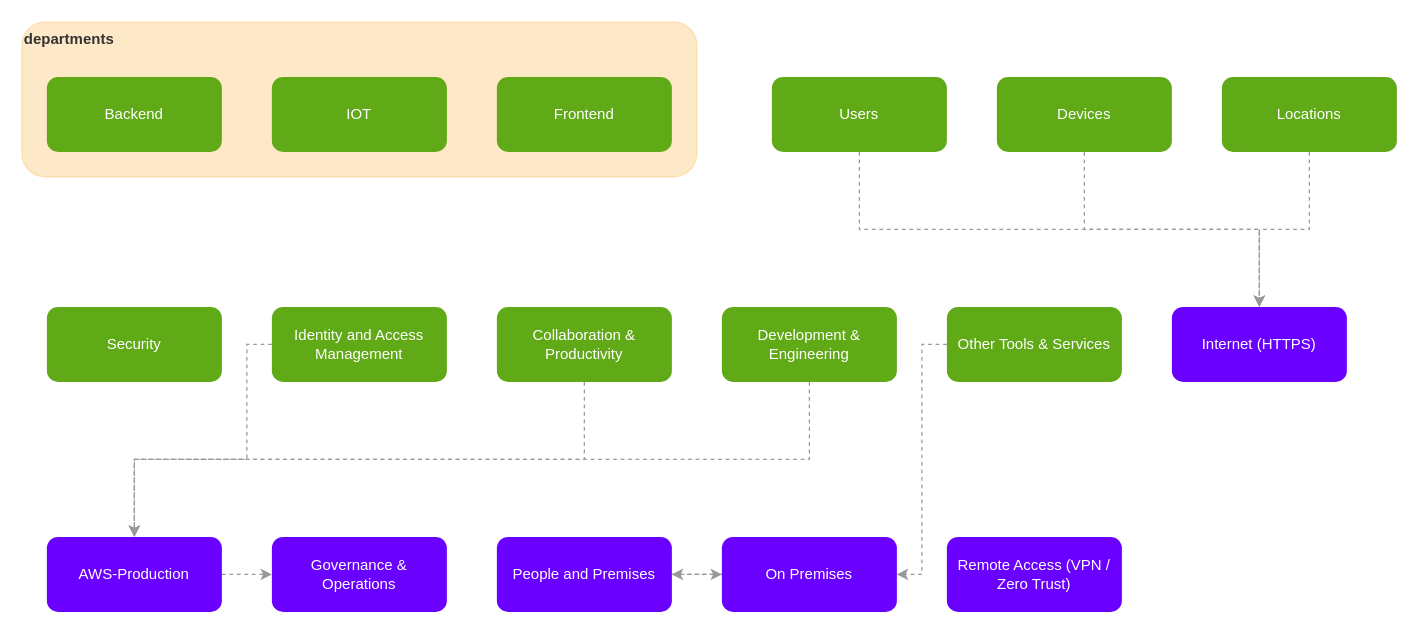
Above: page "NTV360" (1 of 14) of architecture.drawio in honerl/company-architecture (draw.io), before the change. Source tidied: cells renumbered, new cells numbered last; positions are measured from the earlier drawing's top-left corner, leaving out a move shared by most shapes. Both pictures are drawn from the tidied source at 125%, with x=0, y=0 at pixel (21, 21).
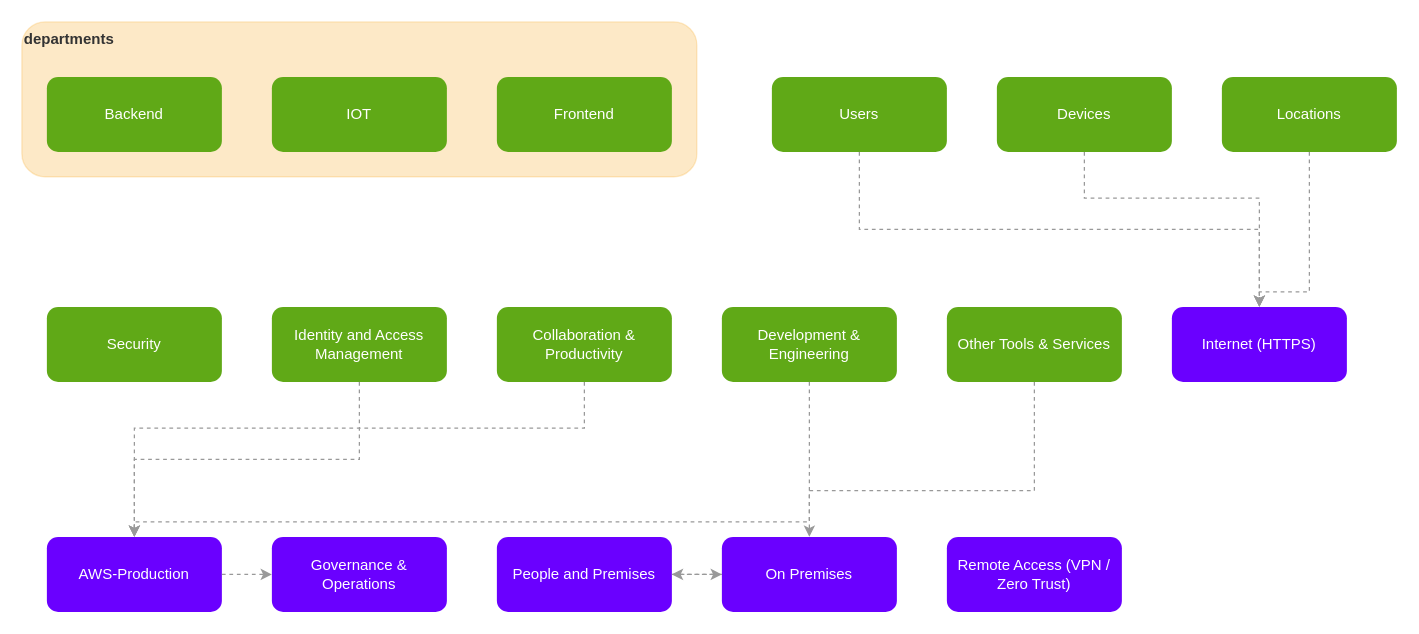
The same page after the edit.

Unchanged cells that the change refers to:
```xml
<mxCell id="3" value="Users" style="rounded=1;whiteSpace=wrap;html=1;fillColor=#60a917;fontColor=#ffffff;strokeColor=none;" parent="1" vertex="1">
  <mxGeometry x="600" y="44" width="140" height="60" as="geometry" />
</mxCell>
<mxCell id="4" value="Devices" style="rounded=1;whiteSpace=wrap;html=1;fillColor=#60a917;fontColor=#ffffff;strokeColor=none;" parent="1" vertex="1">
  <mxGeometry x="780" y="44" width="140" height="60" as="geometry" />
</mxCell>
<mxCell id="5" value="Locations" style="rounded=1;whiteSpace=wrap;html=1;fillColor=#60a917;fontColor=#ffffff;strokeColor=none;" parent="1" vertex="1">
  <mxGeometry x="960" y="44" width="140" height="60" as="geometry" />
</mxCell>
<mxCell id="7" value="Identity and Access Management" style="rounded=1;whiteSpace=wrap;html=1;fillColor=#60a917;fontColor=#ffffff;strokeColor=none;" parent="1" vertex="1">
  <mxGeometry x="200" y="228" width="140" height="60" as="geometry" />
</mxCell>
<mxCell id="8" value="Collaboration &amp; Productivity" style="rounded=1;whiteSpace=wrap;html=1;fillColor=#60a917;fontColor=#ffffff;strokeColor=none;" parent="1" vertex="1">
  <mxGeometry x="380" y="228" width="140" height="60" as="geometry" />
</mxCell>
<mxCell id="9" value="Development &amp; Engineering" style="rounded=1;whiteSpace=wrap;html=1;fillColor=#60a917;fontColor=#ffffff;strokeColor=none;" parent="1" vertex="1">
  <mxGeometry x="560" y="228" width="140" height="60" as="geometry" />
</mxCell>
<mxCell id="10" value="Other Tools &amp; Services" style="rounded=1;whiteSpace=wrap;html=1;fillColor=#60a917;fontColor=#ffffff;strokeColor=none;" parent="1" vertex="1">
  <mxGeometry x="740" y="228" width="140" height="60" as="geometry" />
</mxCell>
<mxCell id="11" value="Internet (HTTPS)" style="rounded=1;whiteSpace=wrap;html=1;fillColor=#6a00ff;fontColor=#ffffff;strokeColor=none;" parent="1" vertex="1">
  <mxGeometry x="920" y="228" width="140" height="60" as="geometry" />
</mxCell>
<mxCell id="12" value="AWS-Production" style="rounded=1;whiteSpace=wrap;html=1;fillColor=#6a00ff;fontColor=#ffffff;strokeColor=none;" parent="1" vertex="1">
  <mxGeometry x="20" y="412" width="140" height="60" as="geometry" />
</mxCell>
<mxCell id="15" value="On Premises" style="rounded=1;whiteSpace=wrap;html=1;fillColor=#6a00ff;fontColor=#ffffff;strokeColor=none;" parent="1" vertex="1">
  <mxGeometry x="560" y="412" width="140" height="60" as="geometry" />
</mxCell>
```

Change to the diagram source:
```diff
@@
-    <mxCell id="20" style="edgeStyle=orthogonalEdgeStyle;rounded=0;html=1;dashed=1;strokeColor=#999999;libavoidRouting=1;" parent="1" edge="1" source="3" target="11">
+    <mxCell id="20" style="edgeStyle=orthogonalEdgeStyle;rounded=0;html=1;dashed=1;strokeColor=#999999;exitX=0.5;exitY=1;exitDx=0;exitDy=0;entryX=0.5;entryY=0;entryDx=0;entryDy=0;" parent="1" edge="1" source="3" target="11">
       <mxGeometry relative="1" as="geometry">
         <Array as="points">
           <mxPoint x="670" y="166" />
           <mxPoint x="990" y="166" />
         </Array>
       </mxGeometry>
     </mxCell>
-    <mxCell id="21" style="edgeStyle=orthogonalEdgeStyle;rounded=0;html=1;dashed=1;strokeColor=#999999;" parent="1" edge="1" source="4" target="11">
-      <mxGeometry relative="1" as="geometry" />
+    <mxCell id="21" style="edgeStyle=orthogonalEdgeStyle;rounded=0;html=1;dashed=1;strokeColor=#999999;exitX=0.5;exitY=1;exitDx=0;exitDy=0;entryX=0.5;entryY=0;entryDx=0;entryDy=0;" parent="1" edge="1" source="4" target="11">
+      <mxGeometry relative="1" as="geometry">
+        <Array as="points">
+          <mxPoint x="850" y="141" />
+          <mxPoint x="990" y="141" />
+        </Array>
+      </mxGeometry>
     </mxCell>
-    <mxCell id="22" style="edgeStyle=orthogonalEdgeStyle;rounded=0;html=1;dashed=1;strokeColor=#999999;" parent="1" edge="1" source="5" target="11">
-      <mxGeometry relative="1" as="geometry" />
+    <mxCell id="22" style="edgeStyle=orthogonalEdgeStyle;rounded=0;html=1;dashed=1;strokeColor=#999999;exitX=0.5;exitY=1;exitDx=0;exitDy=0;entryX=0.5;entryY=0;entryDx=0;entryDy=0;" parent="1" edge="1" source="5" target="11">
+      <mxGeometry relative="1" as="geometry">
+        <Array as="points">
+          <mxPoint x="1030" y="216" />
+          <mxPoint x="990" y="216" />
+        </Array>
+      </mxGeometry>
     </mxCell>
-    <mxCell id="23" style="edgeStyle=orthogonalEdgeStyle;rounded=0;html=1;dashed=1;strokeColor=#999999;" parent="1" edge="1" source="7" target="12">
+    <mxCell id="23" style="edgeStyle=orthogonalEdgeStyle;rounded=0;html=1;dashed=1;strokeColor=#999999;exitX=0.5;exitY=1;exitDx=0;exitDy=0;entryX=0.5;entryY=0;entryDx=0;entryDy=0;" parent="1" edge="1" source="7" target="12">
       <mxGeometry relative="1" as="geometry">
         <Array as="points">
-          <mxPoint x="180" y="258" />
-          <mxPoint x="180" y="350" />
+          <mxPoint x="270" y="350" />
           <mxPoint x="90" y="350" />
         </Array>
       </mxGeometry>
     </mxCell>
-    <mxCell id="24" style="edgeStyle=orthogonalEdgeStyle;rounded=0;html=1;dashed=1;strokeColor=#999999;libavoidRouting=1;" parent="1" edge="1" source="8" target="12">
+    <mxCell id="24" style="edgeStyle=orthogonalEdgeStyle;rounded=0;html=1;dashed=1;strokeColor=#999999;exitX=0.5;exitY=1;exitDx=0;exitDy=0;entryX=0.5;entryY=0;entryDx=0;entryDy=0;" parent="1" edge="1" source="8" target="12">
       <mxGeometry relative="1" as="geometry">
         <Array as="points">
-          <mxPoint x="450" y="350" />
-          <mxPoint x="90" y="350" />
+          <mxPoint x="450" y="325" />
+          <mxPoint x="90" y="325" />
         </Array>
       </mxGeometry>
     </mxCell>
-    <mxCell id="25" style="edgeStyle=orthogonalEdgeStyle;rounded=0;html=1;dashed=1;strokeColor=#999999;libavoidRouting=1;" parent="1" edge="1" source="9" target="12">
+    <mxCell id="25" style="edgeStyle=orthogonalEdgeStyle;rounded=0;html=1;dashed=1;strokeColor=#999999;exitX=0.5;exitY=1;exitDx=0;exitDy=0;entryX=0.5;entryY=0;entryDx=0;entryDy=0;" parent="1" edge="1" source="9" target="12">
       <mxGeometry relative="1" as="geometry">
         <Array as="points">
-          <mxPoint x="630" y="350" />
-          <mxPoint x="90" y="350" />
+          <mxPoint x="630" y="400" />
+          <mxPoint x="90" y="400" />
         </Array>
       </mxGeometry>
     </mxCell>
-    <mxCell id="26" style="edgeStyle=orthogonalEdgeStyle;rounded=0;html=1;dashed=1;strokeColor=#999999;libavoidRouting=1;" parent="1" edge="1" source="10" target="15">
+    <mxCell id="26" style="edgeStyle=orthogonalEdgeStyle;rounded=0;html=1;dashed=1;strokeColor=#999999;exitX=0.5;exitY=1;exitDx=0;exitDy=0;entryX=0.5;entryY=0;entryDx=0;entryDy=0;" parent="1" edge="1" source="10" target="15">
       <mxGeometry relative="1" as="geometry">
         <Array as="points">
-          <mxPoint x="720" y="258" />
-          <mxPoint x="720" y="442" />
+          <mxPoint x="810" y="375" />
+          <mxPoint x="630" y="375" />
         </Array>
       </mxGeometry>
     </mxCell>
```
